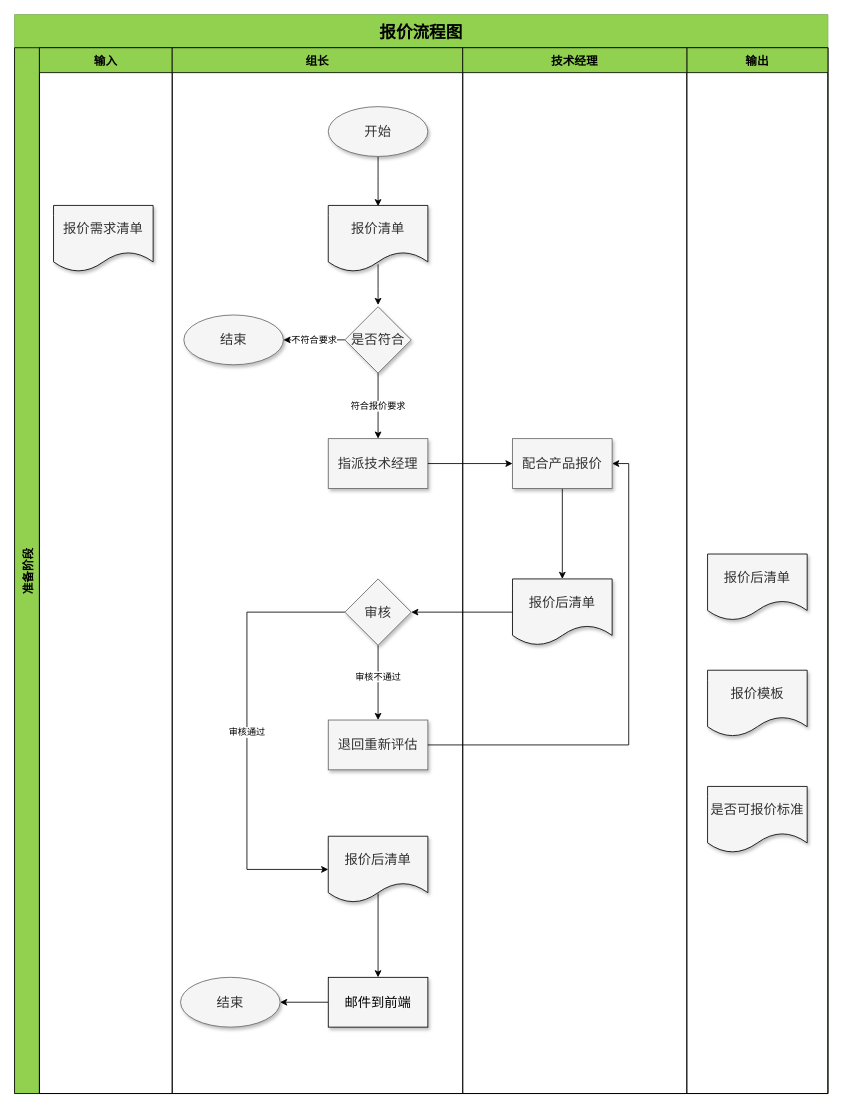
Before: 技术方案组-报价流程.drawio in it-coder/diagram, a draw.io diagram. Source tidied: cells renumbered, new cells numbered last; positions are measured from the earlier drawing's top-left corner, leaving out a move shared by most shapes. Both pictures are drawn from the tidied source at 83%, with x=0, y=0 at pixel (14, 14).
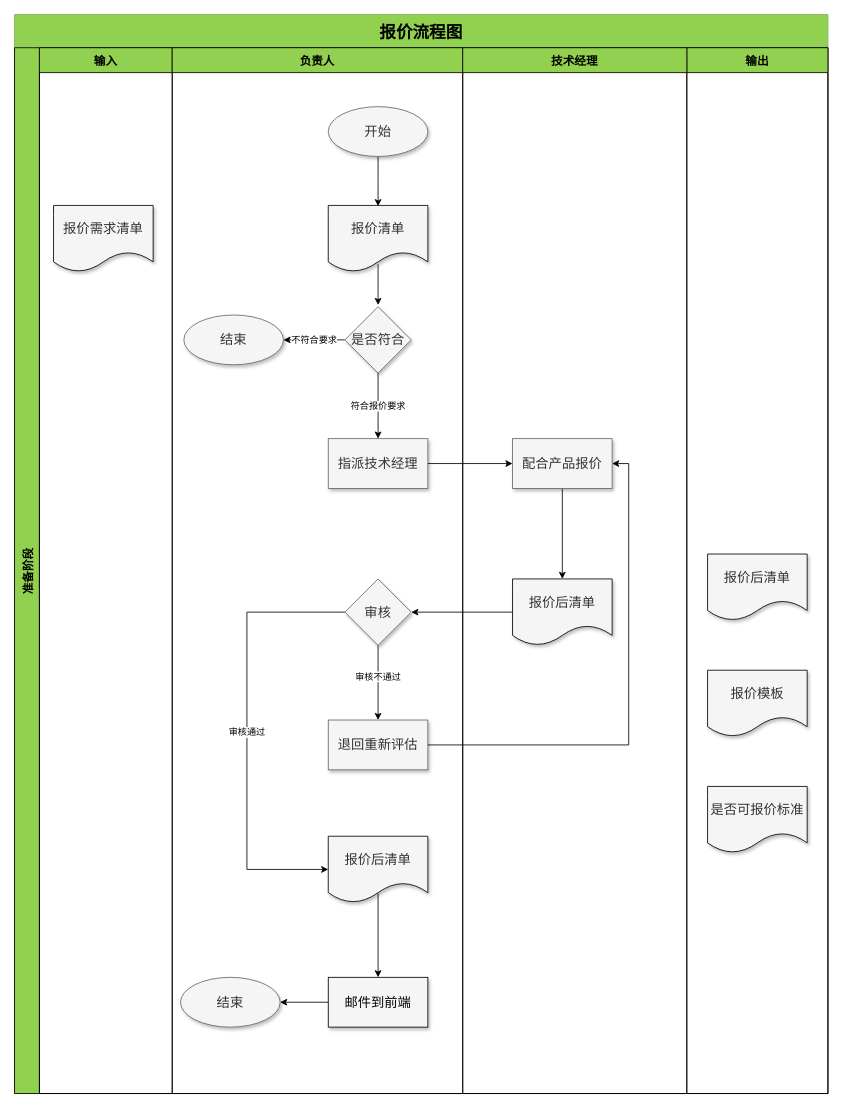
The same page after the edit.

Commit message:
更新技术方案组-报价流程.drawio

The change refers to these unchanged cells:
```xml
<mxCell id="3" value="准备阶段" style="swimlane;startSize=30;horizontal=0;fillColor=#92D050;fontSize=14;" parent="2" vertex="1">
  <mxGeometry y="40" width="980" height="1260" as="geometry" />
</mxCell>
```

Diff of the diagram source:
```diff
@@
-    <mxCell id="10" value="组长" style="swimlane;startSize=30;fillColor=#92D050;fontSize=14;fontColor=#000000;" parent="3" vertex="1">
+    <mxCell id="10" value="负责人" style="swimlane;startSize=30;fillColor=#92D050;fontSize=14;fontColor=#000000;" parent="3" vertex="1">
       <mxGeometry x="190" width="350" height="1260" as="geometry" />
     </mxCell>
```
